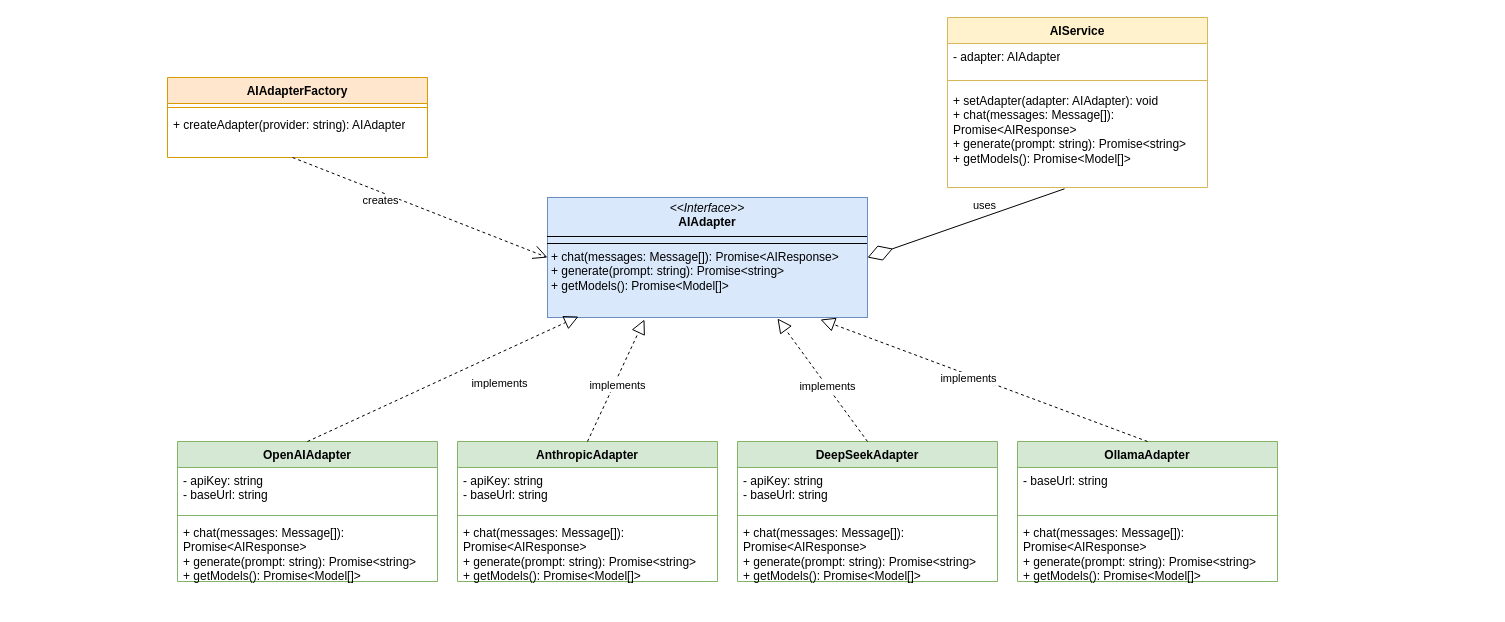
CavinHuang/draw.io keeps this draw.io diagram as svgs/AI提供商集成架构图.drawio. Above is the earlier version. Source tidied: cells renumbered, new cells numbered last; positions are measured from the earlier drawing's top-left corner, leaving out a move shared by most shapes. Both pictures are drawn from the tidied source at 100%, with x=0, y=0 at pixel (167, 17).
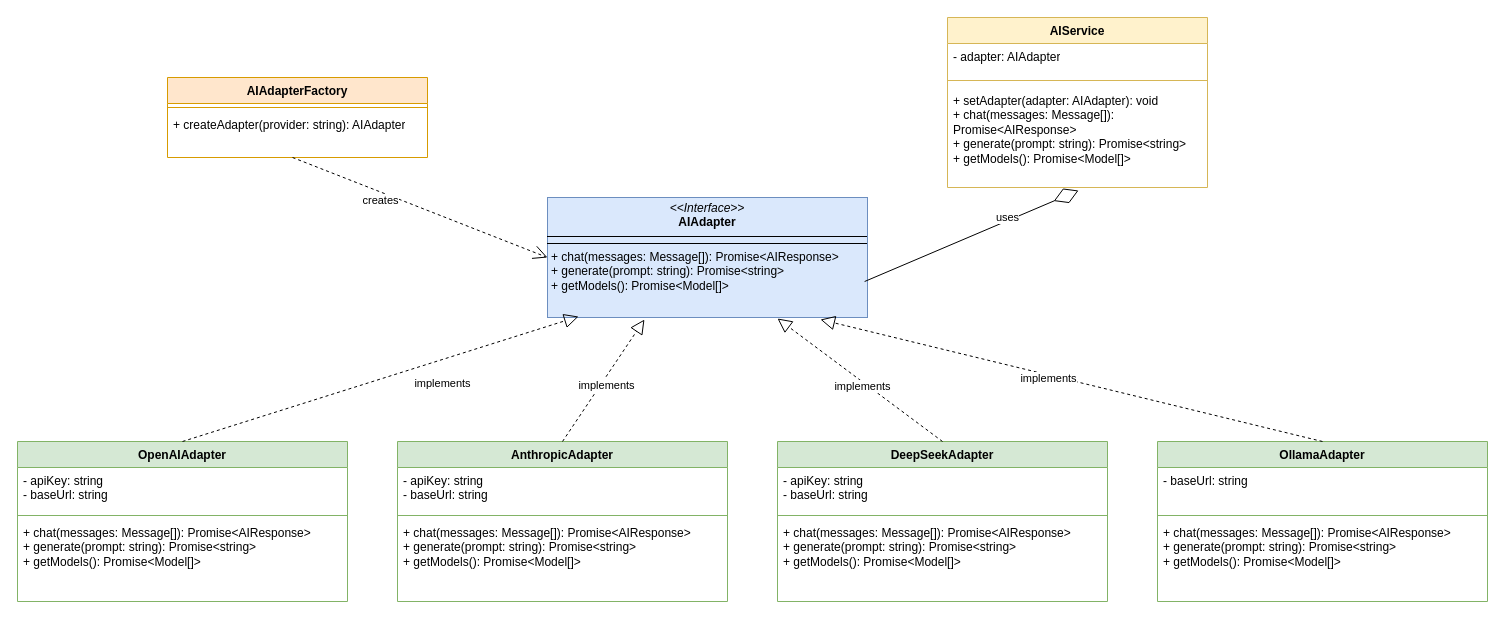
After the change.

Commit message (it also covers changes not shown here):
更新AI提供商集成架构图.drawio

The change refers to these unchanged cells:
```xml
<mxCell id="2" value="&lt;p style=&quot;margin:0px;margin-top:4px;text-align:center;&quot;&gt;&lt;i&gt;&amp;lt;&amp;lt;Interface&amp;gt;&amp;gt;&lt;/i&gt;&lt;br/&gt;&lt;b&gt;AIAdapter&lt;/b&gt;&lt;/p&gt;&lt;hr size=&quot;1&quot; style=&quot;border-style:solid;&quot;/&gt;&lt;p style=&quot;margin:0px;margin-left:4px;&quot;&gt;&lt;/p&gt;&lt;hr size=&quot;1&quot; style=&quot;border-style:solid;&quot;/&gt;&lt;p style=&quot;margin:0px;margin-left:4px;&quot;&gt;+ chat(messages: Message[]): Promise&amp;lt;AIResponse&amp;gt;&lt;br/&gt;+ generate(prompt: string): Promise&amp;lt;string&amp;gt;&lt;br/&gt;+ getModels(): Promise&amp;lt;Model[]&amp;gt;&lt;/p&gt;" style="verticalAlign=top;align=left;overflow=fill;html=1;whiteSpace=wrap;fillColor=#dae8fc;strokeColor=#6c8ebf;" parent="1" vertex="1">
  <mxGeometry x="380" y="180" width="320" height="120" as="geometry" />
</mxCell>
<mxCell id="25" value="+ setAdapter(adapter: AIAdapter): void&lt;br&gt;+ chat(messages: Message[]): Promise&amp;lt;AIResponse&amp;gt;&lt;br&gt;+ generate(prompt: string): Promise&amp;lt;string&amp;gt;&lt;br&gt;+ getModels(): Promise&amp;lt;Model[]&amp;gt;" style="text;strokeColor=none;fillColor=none;align=left;verticalAlign=top;spacingLeft=4;spacingRight=4;overflow=hidden;points=[[0,0.5],[1,0.5]];portConstraint=eastwest;whiteSpace=wrap;html=1;" parent="22" vertex="1">
  <mxGeometry y="70" width="260" height="100" as="geometry" />
</mxCell>
```

Change to the diagram source:
```diff
@@
     <mxCell id="3" value="OpenAIAdapter" style="swimlane;fontStyle=1;align=center;verticalAlign=top;horizontal=1;startSize=26;whiteSpace=wrap;html=1;fillColor=#d5e8d4;strokeColor=#82b366;" parent="1" vertex="1">
-      <mxGeometry x="10" y="424" width="260" height="140" as="geometry" />
+      <mxGeometry x="-150" y="424" width="330" height="160" as="geometry" />
     </mxCell>
     <mxCell id="4" value="- apiKey: string&lt;br&gt;- baseUrl: string" style="text;strokeColor=none;fillColor=none;align=left;verticalAlign=top;spacingLeft=4;spacingRight=4;overflow=hidden;whiteSpace=wrap;html=1;" parent="3" vertex="1">
-      <mxGeometry y="26" width="260" height="44" as="geometry" />
+      <mxGeometry y="26" width="330" height="44" as="geometry" />
     </mxCell>
     <mxCell id="5" style="line;strokeWidth=1;fillColor=none;align=left;verticalAlign=middle;spacingTop=-1;spacingLeft=3;spacingRight=3;labelPosition=right;strokeColor=inherit;" parent="3" vertex="1">
-      <mxGeometry y="70" width="260" height="8" as="geometry" />
+      <mxGeometry y="70" width="330" height="8" as="geometry" />
     </mxCell>
     <mxCell id="6" value="+ chat(messages: Message[]): Promise&amp;lt;AIResponse&amp;gt;&lt;br&gt;+ generate(prompt: string): Promise&amp;lt;string&amp;gt;&lt;br&gt;+ getModels(): Promise&amp;lt;Model[]&amp;gt;" style="text;strokeColor=none;fillColor=none;align=left;verticalAlign=top;spacingLeft=4;spacingRight=4;overflow=hidden;whiteSpace=wrap;html=1;" parent="3" vertex="1">
-      <mxGeometry y="78" width="260" height="62" as="geometry" />
+      <mxGeometry y="78" width="330" height="82" as="geometry" />
     </mxCell>
     <mxCell id="7" value="AnthropicAdapter" style="swimlane;fontStyle=1;align=center;verticalAlign=top;horizontal=1;startSize=26;whiteSpace=wrap;html=1;fillColor=#d5e8d4;strokeColor=#82b366;" parent="1" vertex="1">
-      <mxGeometry x="290" y="424" width="260" height="140" as="geometry" />
+      <mxGeometry x="230" y="424" width="330" height="160" as="geometry" />
     </mxCell>
     <mxCell id="8" value="- apiKey: string&lt;br&gt;- baseUrl: string" style="text;strokeColor=none;fillColor=none;align=left;verticalAlign=top;spacingLeft=4;spacingRight=4;overflow=hidden;whiteSpace=wrap;html=1;" parent="7" vertex="1">
-      <mxGeometry y="26" width="260" height="44" as="geometry" />
+      <mxGeometry y="26" width="330" height="44" as="geometry" />
     </mxCell>
     <mxCell id="9" style="line;strokeWidth=1;fillColor=none;align=left;verticalAlign=middle;spacingTop=-1;spacingLeft=3;spacingRight=3;labelPosition=right;strokeColor=inherit;" parent="7" vertex="1">
-      <mxGeometry y="70" width="260" height="8" as="geometry" />
+      <mxGeometry y="70" width="330" height="8" as="geometry" />
     </mxCell>
     <mxCell id="10" value="+ chat(messages: Message[]): Promise&amp;lt;AIResponse&amp;gt;&lt;br&gt;+ generate(prompt: string): Promise&amp;lt;string&amp;gt;&lt;br&gt;+ getModels(): Promise&amp;lt;Model[]&amp;gt;" style="text;strokeColor=none;fillColor=none;align=left;verticalAlign=top;spacingLeft=4;spacingRight=4;overflow=hidden;whiteSpace=wrap;html=1;" parent="7" vertex="1">
-      <mxGeometry y="78" width="260" height="62" as="geometry" />
+      <mxGeometry y="78" width="330" height="82" as="geometry" />
     </mxCell>
     <mxCell id="11" value="DeepSeekAdapter" style="swimlane;fontStyle=1;align=center;verticalAlign=top;horizontal=1;startSize=26;whiteSpace=wrap;html=1;fillColor=#d5e8d4;strokeColor=#82b366;" parent="1" vertex="1">
-      <mxGeometry x="570" y="424" width="260" height="140" as="geometry" />
+      <mxGeometry x="610" y="424" width="330" height="160" as="geometry" />
     </mxCell>
     <mxCell id="12" value="- apiKey: string&lt;br&gt;- baseUrl: string" style="text;strokeColor=none;fillColor=none;align=left;verticalAlign=top;spacingLeft=4;spacingRight=4;overflow=hidden;whiteSpace=wrap;html=1;" parent="11" vertex="1">
-      <mxGeometry y="26" width="260" height="44" as="geometry" />
+      <mxGeometry y="26" width="330" height="44" as="geometry" />
     </mxCell>
     <mxCell id="13" style="line;strokeWidth=1;fillColor=none;align=left;verticalAlign=middle;spacingTop=-1;spacingLeft=3;spacingRight=3;labelPosition=right;strokeColor=inherit;" parent="11" vertex="1">
-      <mxGeometry y="70" width="260" height="8" as="geometry" />
+      <mxGeometry y="70" width="330" height="8" as="geometry" />
     </mxCell>
     <mxCell id="14" value="+ chat(messages: Message[]): Promise&amp;lt;AIResponse&amp;gt;&lt;br&gt;+ generate(prompt: string): Promise&amp;lt;string&amp;gt;&lt;br&gt;+ getModels(): Promise&amp;lt;Model[]&amp;gt;" style="text;strokeColor=none;fillColor=none;align=left;verticalAlign=top;spacingLeft=4;spacingRight=4;overflow=hidden;whiteSpace=wrap;html=1;" parent="11" vertex="1">
-      <mxGeometry y="78" width="260" height="62" as="geometry" />
+      <mxGeometry y="78" width="330" height="82" as="geometry" />
     </mxCell>
     <mxCell id="15" value="OllamaAdapter" style="swimlane;fontStyle=1;align=center;verticalAlign=top;horizontal=1;startSize=26;whiteSpace=wrap;html=1;fillColor=#d5e8d4;strokeColor=#82b366;" parent="1" vertex="1">
-      <mxGeometry x="850" y="424" width="260" height="140" as="geometry" />
+      <mxGeometry x="990" y="424" width="330" height="160" as="geometry" />
     </mxCell>
     <mxCell id="16" value="- baseUrl: string" style="text;strokeColor=none;fillColor=none;align=left;verticalAlign=top;spacingLeft=4;spacingRight=4;overflow=hidden;whiteSpace=wrap;html=1;" parent="15" vertex="1">
-      <mxGeometry y="26" width="260" height="44" as="geometry" />
+      <mxGeometry y="26" width="330" height="44" as="geometry" />
     </mxCell>
     <mxCell id="17" style="line;strokeWidth=1;fillColor=none;align=left;verticalAlign=middle;spacingTop=-1;spacingLeft=3;spacingRight=3;labelPosition=right;strokeColor=inherit;" parent="15" vertex="1">
-      <mxGeometry y="70" width="260" height="8" as="geometry" />
+      <mxGeometry y="70" width="330" height="8" as="geometry" />
     </mxCell>
     <mxCell id="18" value="+ chat(messages: Message[]): Promise&amp;lt;AIResponse&amp;gt;&lt;br&gt;+ generate(prompt: string): Promise&amp;lt;string&amp;gt;&lt;br&gt;+ getModels(): Promise&amp;lt;Model[]&amp;gt;" style="text;strokeColor=none;fillColor=none;align=left;verticalAlign=top;spacingLeft=4;spacingRight=4;overflow=hidden;whiteSpace=wrap;html=1;" parent="15" vertex="1">
-      <mxGeometry y="78" width="260" height="62" as="geometry" />
+      <mxGeometry y="78" width="330" height="82" as="geometry" />
     </mxCell>
@@
-    <mxCell id="36" style="endArrow=diamondThin;endFill=0;endSize=24;html=1;rounded=0;exitX=0.45;exitY=1.013;exitDx=0;exitDy=0;exitPerimeter=0;entryX=1;entryY=0.5;entryDx=0;entryDy=0;" parent="1" edge="1" source="25" target="2">
+    <mxCell id="36" style="endArrow=diamondThin;endFill=0;endSize=24;html=1;rounded=0;exitX=0.991;exitY=0.7;exitDx=0;exitDy=0;exitPerimeter=0;entryX=0.504;entryY=1.03;entryDx=0;entryDy=0;entryPerimeter=0;" parent="1" edge="1" source="2" target="25">
       <mxGeometry relative="1" as="geometry" />
     </mxCell>
     <mxCell id="37" value="uses" style="edgeLabel;html=1;align=center;verticalAlign=middle;" parent="36" vertex="1">
       <mxGeometry x="-0.21" relative="1" as="geometry">
-        <mxPoint x="-3" y="-11" as="offset" />
+        <mxPoint x="58" y="-28" as="offset" />
       </mxGeometry>
     </mxCell>
```
